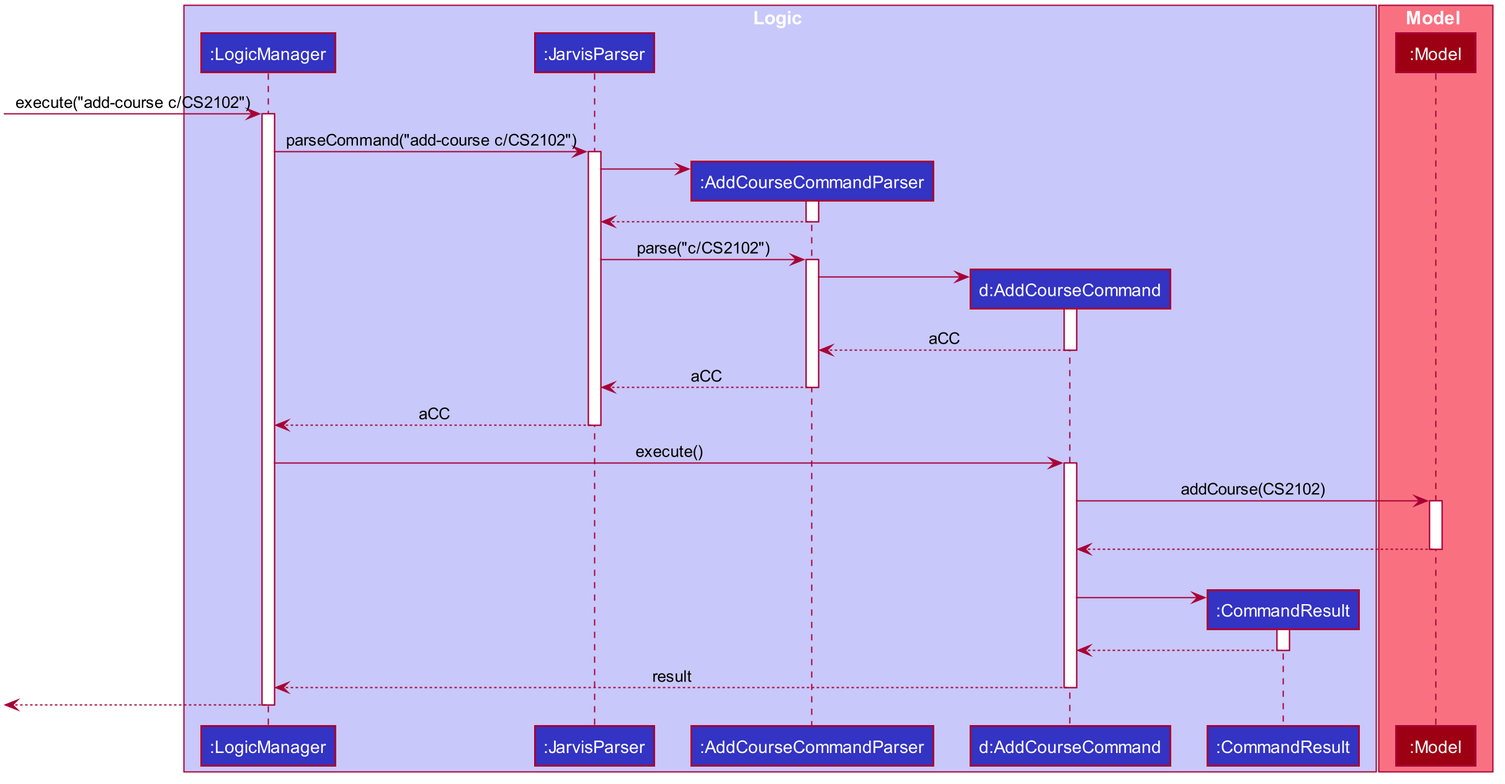
nus-cs2103-AY1920S1/addressbook-level3 keeps this PlantUML diagram as docs/images/AddSequenceDiagram.png. Above is the earlier version.
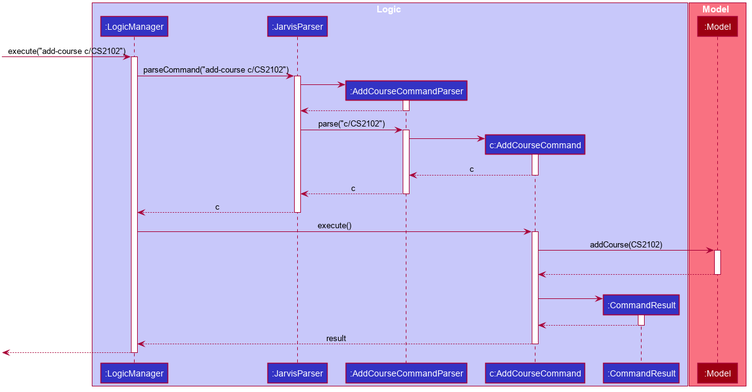
After the change.

What changed in the source:
```diff
@@ -53,7 +53,7 @@
 participant ":LogicManager" as LogicManager #3333C4
 participant ":JarvisParser" as JarvisParser #3333C4
 participant ":AddCourseCommandParser" as AddCourseCommandParser #3333C4
-participant "d:AddCourseCommand" as AddCourseCommand #3333C4
+participant "c:AddCourseCommand" as AddCourseCommand #3333C4
 participant ":CommandResult" as CommandResult #3333C4
 end box
 
@@ -74,9 +74,9 @@
 create AddCourseCommand
 AddCourseCommandParser -> AddCourseCommand
 
-return aCC
-return aCC
-return aCC
+return c
+return c
+return c
 
 LogicManager -> AddCourseCommand : execute()
 
```
